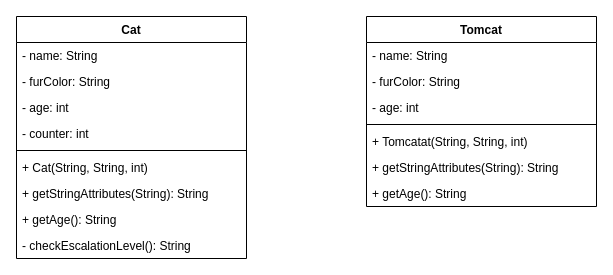
The draw.io diagram klassendiagramm.drawio in Comcave-OOP/03_Inheritance_Vererbung, before the edit. Source tidied: cells renumbered, new cells numbered last; positions are measured from the earlier drawing's top-left corner, leaving out a move shared by most shapes. Both pictures are drawn from the tidied source at 100%, with x=0, y=0 at pixel (16, 16).
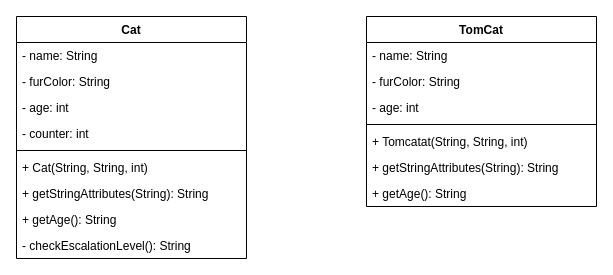
Above is the later version.

Diff of the diagram source:
```diff
@@
 <mxGraphModel>
   <root>
     <mxCell id="0" />
     <mxCell id="1" parent="0" />
     <mxCell id="2" value="Cat" style="swimlane;fontStyle=1;align=center;verticalAlign=top;horizontal=1;startSize=26;" parent="1" vertex="1">
       <mxGeometry width="230" height="242" as="geometry" />
     </mxCell>
     <mxCell id="3" value="- name: String" style="text;strokeColor=none;fillColor=none;align=left;verticalAlign=top;spacingLeft=4;spacingRight=4;overflow=hidden;" parent="2" vertex="1">
       <mxGeometry y="26" width="230" height="26" as="geometry" />
     </mxCell>
     <mxCell id="4" value="- furColor: String" style="text;strokeColor=none;fillColor=none;align=left;verticalAlign=top;spacingLeft=4;spacingRight=4;overflow=hidden;" parent="2" vertex="1">
       <mxGeometry y="52" width="230" height="26" as="geometry" />
     </mxCell>
     <mxCell id="5" value="- age: int" style="text;strokeColor=none;fillColor=none;align=left;verticalAlign=top;spacingLeft=4;spacingRight=4;overflow=hidden;" parent="2" vertex="1">
       <mxGeometry y="78" width="230" height="26" as="geometry" />
     </mxCell>
     <mxCell id="6" value="- counter: int" style="text;strokeColor=none;fillColor=none;align=left;verticalAlign=top;spacingLeft=4;spacingRight=4;overflow=hidden;" parent="2" vertex="1">
       <mxGeometry y="104" width="230" height="26" as="geometry" />
     </mxCell>
     <mxCell id="7" style="line;strokeWidth=1;fillColor=none;align=left;verticalAlign=middle;spacingTop=-1;spacingLeft=3;spacingRight=3;labelPosition=right;strokeColor=inherit;" parent="2" vertex="1">
       <mxGeometry y="130" width="230" height="8" as="geometry" />
     </mxCell>
     <mxCell id="8" value="+ Cat(String, String, int)" style="text;strokeColor=none;fillColor=none;align=left;verticalAlign=top;spacingLeft=4;spacingRight=4;overflow=hidden;" parent="2" vertex="1">
       <mxGeometry y="138" width="230" height="26" as="geometry" />
     </mxCell>
     <mxCell id="9" value="+ getStringAttributes(String): String" style="text;strokeColor=none;fillColor=none;align=left;verticalAlign=top;spacingLeft=4;spacingRight=4;overflow=hidden;" parent="2" vertex="1">
       <mxGeometry y="164" width="230" height="26" as="geometry" />
     </mxCell>
     <mxCell id="10" value="+ getAge(): String" style="text;strokeColor=none;fillColor=none;align=left;verticalAlign=top;spacingLeft=4;spacingRight=4;overflow=hidden;" parent="2" vertex="1">
       <mxGeometry y="190" width="230" height="26" as="geometry" />
     </mxCell>
     <mxCell id="11" value="- checkEscalationLevel(): String" style="text;strokeColor=none;fillColor=none;align=left;verticalAlign=top;spacingLeft=4;spacingRight=4;overflow=hidden;" parent="2" vertex="1">
       <mxGeometry y="216" width="230" height="26" as="geometry" />
     </mxCell>
-    <mxCell id="12" value="Tomcat" style="swimlane;fontStyle=1;align=center;verticalAlign=top;horizontal=1;startSize=26;" parent="1" vertex="1">
+    <mxCell id="12" value="TomCat" style="swimlane;fontStyle=1;align=center;verticalAlign=top;horizontal=1;startSize=26;" parent="1" vertex="1">
       <mxGeometry x="350" width="230" height="190" as="geometry" />
     </mxCell>
     <mxCell id="13" value="- name: String" style="text;strokeColor=none;fillColor=none;align=left;verticalAlign=top;spacingLeft=4;spacingRight=4;overflow=hidden;" parent="12" vertex="1">
       <mxGeometry y="26" width="230" height="26" as="geometry" />
     </mxCell>
     <mxCell id="14" value="- furColor: String" style="text;strokeColor=none;fillColor=none;align=left;verticalAlign=top;spacingLeft=4;spacingRight=4;overflow=hidden;" parent="12" vertex="1">
       <mxGeometry y="52" width="230" height="26" as="geometry" />
     </mxCell>
     <mxCell id="15" value="- age: int" style="text;strokeColor=none;fillColor=none;align=left;verticalAlign=top;spacingLeft=4;spacingRight=4;overflow=hidden;" parent="12" vertex="1">
       <mxGeometry y="78" width="230" height="26" as="geometry" />
     </mxCell>
     <mxCell id="16" style="line;strokeWidth=1;fillColor=none;align=left;verticalAlign=middle;spacingTop=-1;spacingLeft=3;spacingRight=3;labelPosition=right;strokeColor=inherit;" parent="12" vertex="1">
       <mxGeometry y="104" width="230" height="8" as="geometry" />
     </mxCell>
     <mxCell id="17" value="+ Tomcatat(String, String, int)" style="text;strokeColor=none;fillColor=none;align=left;verticalAlign=top;spacingLeft=4;spacingRight=4;overflow=hidden;" parent="12" vertex="1">
       <mxGeometry y="112" width="230" height="26" as="geometry" />
     </mxCell>
     <mxCell id="18" value="+ getStringAttributes(String): String" style="text;strokeColor=none;fillColor=none;align=left;verticalAlign=top;spacingLeft=4;spacingRight=4;overflow=hidden;" parent="12" vertex="1">
       <mxGeometry y="138" width="230" height="26" as="geometry" />
     </mxCell>
     <mxCell id="19" value="+ getAge(): String" style="text;strokeColor=none;fillColor=none;align=left;verticalAlign=top;spacingLeft=4;spacingRight=4;overflow=hidden;" parent="12" vertex="1">
       <mxGeometry y="164" width="230" height="26" as="geometry" />
     </mxCell>
   </root>
 </mxGraphModel>
```
